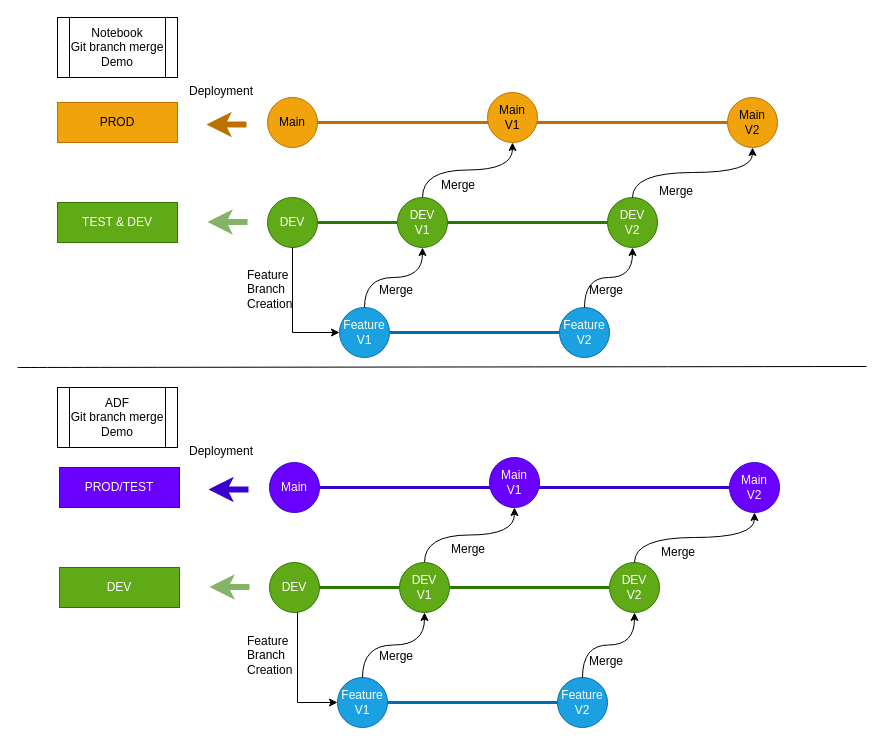
Before: page "Page-5" (5 of 6) of TH_CLS_Diagram.drawio in highzheng/Arhi_Diagrams, a draw.io diagram. Source tidied: cells renumbered, new cells numbered last; positions are measured from the earlier drawing's top-left corner, leaving out a move shared by most shapes. Both pictures are drawn from the tidied source at 100%, with x=0, y=0 at pixel (17, 17).
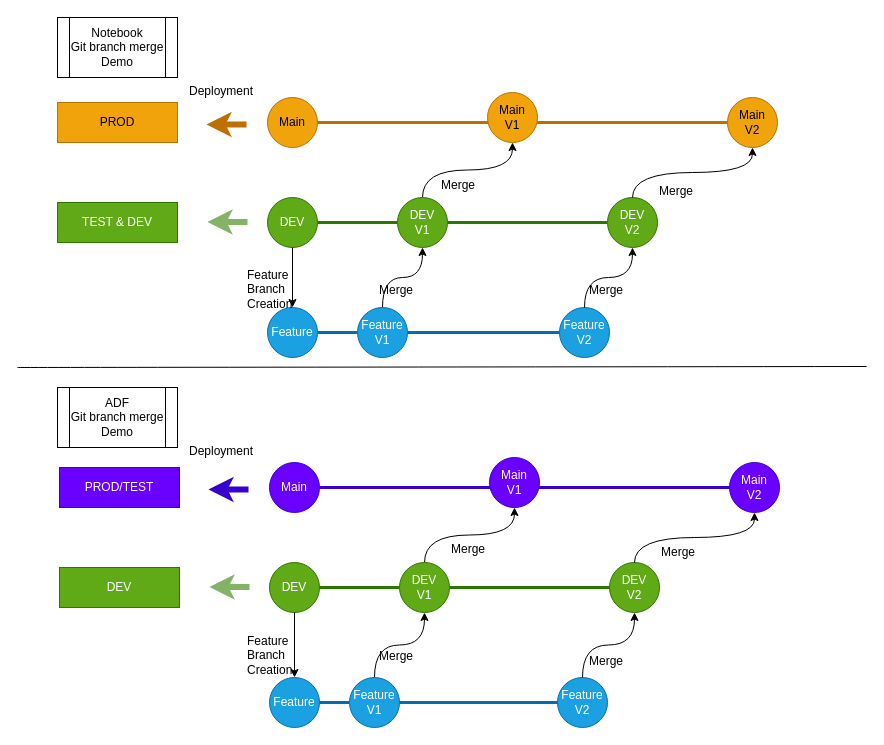
After the change.

Unchanged cells that the change refers to:
```xml
<mxCell id="2" value="DEV" style="ellipse;whiteSpace=wrap;html=1;fillColor=#60a917;fontColor=#ffffff;strokeColor=#2D7600;" parent="1" vertex="1">
  <mxGeometry x="250" y="180" width="50" height="50" as="geometry" />
</mxCell>
<mxCell id="15" value="DEV&lt;div&gt;V1&lt;/div&gt;" style="ellipse;whiteSpace=wrap;html=1;fillColor=#60a917;fontColor=#ffffff;strokeColor=#2D7600;" parent="1" vertex="1">
  <mxGeometry x="380" y="180" width="50" height="50" as="geometry" />
</mxCell>
<mxCell id="25" value="DEV" style="ellipse;whiteSpace=wrap;html=1;fillColor=#60a917;fontColor=#ffffff;strokeColor=#2D7600;" parent="1" vertex="1">
  <mxGeometry x="252" y="545" width="50" height="50" as="geometry" />
</mxCell>
<mxCell id="38" value="DEV&lt;div&gt;V1&lt;/div&gt;" style="ellipse;whiteSpace=wrap;html=1;fillColor=#60a917;fontColor=#ffffff;strokeColor=#2D7600;" parent="1" vertex="1">
  <mxGeometry x="382" y="545" width="50" height="50" as="geometry" />
</mxCell>
```

The edit, as a diff of the source:
```diff
@@
-    <mxCell id="4" value="Feature&lt;div&gt;V1&lt;/div&gt;" style="ellipse;whiteSpace=wrap;html=1;fillColor=#1ba1e2;fontColor=#ffffff;strokeColor=#006EAF;" parent="1" vertex="1">
-      <mxGeometry x="322" y="290" width="50" height="50" as="geometry" />
+    <mxCell id="4" value="Feature" style="ellipse;whiteSpace=wrap;html=1;fillColor=#1ba1e2;fontColor=#ffffff;strokeColor=#006EAF;" parent="1" vertex="1">
+      <mxGeometry x="250" y="290" width="50" height="50" as="geometry" />
     </mxCell>
@@
-    <mxCell id="12" style="endArrow=none;html=1;rounded=0;exitX=1;exitY=0.5;exitDx=0;exitDy=0;strokeWidth=3;fillColor=#1ba1e2;strokeColor=#006EAF;" parent="1" edge="1" source="4">
+    <mxCell id="12" style="endArrow=none;html=1;rounded=0;exitX=1;exitY=0.5;exitDx=0;exitDy=0;strokeWidth=3;fillColor=#1ba1e2;strokeColor=#006EAF;" parent="1" edge="1" source="64">
       <mxGeometry relative="1" as="geometry">
         <mxPoint x="582" y="315" as="targetPoint" />
       </mxGeometry>
     </mxCell>
-    <mxCell id="13" style="rounded=0;jettySize=auto;html=1;exitX=0.5;exitY=0;exitDx=0;exitDy=0;entryX=0.5;entryY=1;entryDx=0;entryDy=0;edgeStyle=orthogonalEdgeStyle;curved=1;" parent="1" edge="1" source="4" target="15">
+    <mxCell id="13" style="rounded=0;jettySize=auto;html=1;exitX=0.5;exitY=0;exitDx=0;exitDy=0;entryX=0.5;entryY=1;entryDx=0;entryDy=0;edgeStyle=orthogonalEdgeStyle;curved=1;" parent="1" edge="1" source="64" target="15">
       <mxGeometry relative="1" as="geometry" />
     </mxCell>
@@
-    <mxCell id="27" value="Feature&lt;div&gt;V1&lt;/div&gt;" style="ellipse;whiteSpace=wrap;html=1;fillColor=#1ba1e2;fontColor=#ffffff;strokeColor=#006EAF;" parent="1" vertex="1">
-      <mxGeometry x="320" y="660" width="50" height="50" as="geometry" />
+    <mxCell id="27" value="Feature" style="ellipse;whiteSpace=wrap;html=1;fillColor=#1ba1e2;fontColor=#ffffff;strokeColor=#006EAF;" parent="1" vertex="1">
+      <mxGeometry x="252" y="660" width="50" height="50" as="geometry" />
     </mxCell>
@@
-    <mxCell id="35" style="endArrow=none;html=1;rounded=0;exitX=1;exitY=0.5;exitDx=0;exitDy=0;strokeWidth=3;fillColor=#1ba1e2;strokeColor=#006EAF;" parent="1" edge="1" source="27">
+    <mxCell id="35" style="endArrow=none;html=1;rounded=0;exitX=1;exitY=0.5;exitDx=0;exitDy=0;strokeWidth=3;fillColor=#1ba1e2;strokeColor=#006EAF;" parent="1" edge="1" source="62">
       <mxGeometry relative="1" as="geometry">
         <mxPoint x="580" y="685" as="targetPoint" />
       </mxGeometry>
     </mxCell>
-    <mxCell id="36" style="rounded=0;jettySize=auto;html=1;exitX=0.5;exitY=0;exitDx=0;exitDy=0;entryX=0.5;entryY=1;entryDx=0;entryDy=0;edgeStyle=orthogonalEdgeStyle;curved=1;" parent="1" edge="1" source="27" target="38">
+    <mxCell id="36" style="rounded=0;jettySize=auto;html=1;exitX=0.5;exitY=0;exitDx=0;exitDy=0;entryX=0.5;entryY=1;entryDx=0;entryDy=0;edgeStyle=orthogonalEdgeStyle;curved=1;" parent="1" edge="1" source="62" target="38">
       <mxGeometry relative="1" as="geometry" />
     </mxCell>
@@
-    <mxCell id="56" style="edgeStyle=orthogonalEdgeStyle;rounded=0;jettySize=auto;html=1;elbow=vertical;entryX=0;entryY=0.5;entryDx=0;entryDy=0;" parent="1" edge="1" source="25" target="27">
-      <mxGeometry relative="1" as="geometry">
-        <Array as="points">
-          <mxPoint x="280" y="685" />
-        </Array>
-      </mxGeometry>
+    <mxCell id="56" style="rounded=0;jettySize=auto;html=1;elbow=vertical;entryX=0.5;entryY=0;entryDx=0;entryDy=0;" parent="1" edge="1" source="25" target="27">
+      <mxGeometry relative="1" as="geometry" />
     </mxCell>
@@
-    <mxCell id="59" style="rounded=0;jettySize=auto;html=1;edgeStyle=orthogonalEdgeStyle;exitX=0.5;exitY=1;exitDx=0;exitDy=0;entryX=0;entryY=0.5;entryDx=0;entryDy=0;" parent="1" edge="1" source="2" target="4">
+    <mxCell id="59" style="rounded=0;jettySize=auto;html=1;exitX=0.5;exitY=1;exitDx=0;exitDy=0;entryX=0.5;entryY=0;entryDx=0;entryDy=0;" parent="1" edge="1" source="2" target="4">
       <mxGeometry relative="1" as="geometry" />
     </mxCell>
@@
+    <mxCell id="61" style="endArrow=none;html=1;rounded=0;exitX=1;exitY=0.5;exitDx=0;exitDy=0;strokeWidth=3;fillColor=#1ba1e2;strokeColor=#006EAF;" parent="1" edge="1" source="27" target="62">
+      <mxGeometry relative="1" as="geometry" />
+    </mxCell>
+    <mxCell id="62" value="Feature&lt;div&gt;V1&lt;/div&gt;" style="ellipse;whiteSpace=wrap;html=1;fillColor=#1ba1e2;fontColor=#ffffff;strokeColor=#006EAF;" parent="1" vertex="1">
+      <mxGeometry x="332" y="660" width="50" height="50" as="geometry" />
+    </mxCell>
+    <mxCell id="63" style="endArrow=none;html=1;rounded=0;exitX=1;exitY=0.5;exitDx=0;exitDy=0;strokeWidth=3;fillColor=#1ba1e2;strokeColor=#006EAF;" parent="1" edge="1" source="4" target="64">
+      <mxGeometry relative="1" as="geometry" />
+    </mxCell>
+    <mxCell id="64" value="Feature&lt;div&gt;V1&lt;/div&gt;" style="ellipse;whiteSpace=wrap;html=1;fillColor=#1ba1e2;fontColor=#ffffff;strokeColor=#006EAF;" parent="1" vertex="1">
+      <mxGeometry x="340" y="290" width="50" height="50" as="geometry" />
+    </mxCell>
```
